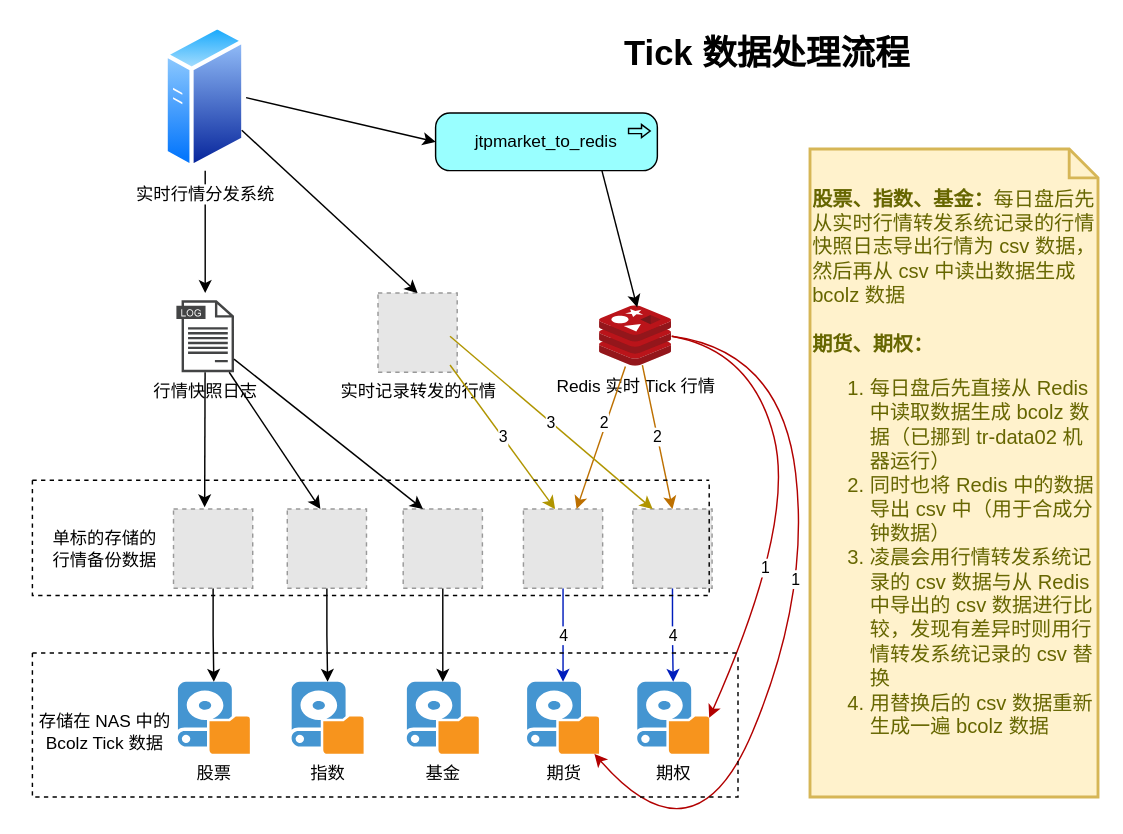
Earlier version of the draw.io diagram Tick行情数据处理流程.drawio (kuanghy/app-diagrams-repo). Source tidied: cells renumbered, new cells numbered last; positions are measured from the earlier drawing's top-left corner, leaving out a move shared by most shapes. Both pictures are drawn from the tidied source at 144%, with x=0, y=0 at pixel (24, 24). Pictures stored in the file or linked from it are replaced by grey dashed boxes.
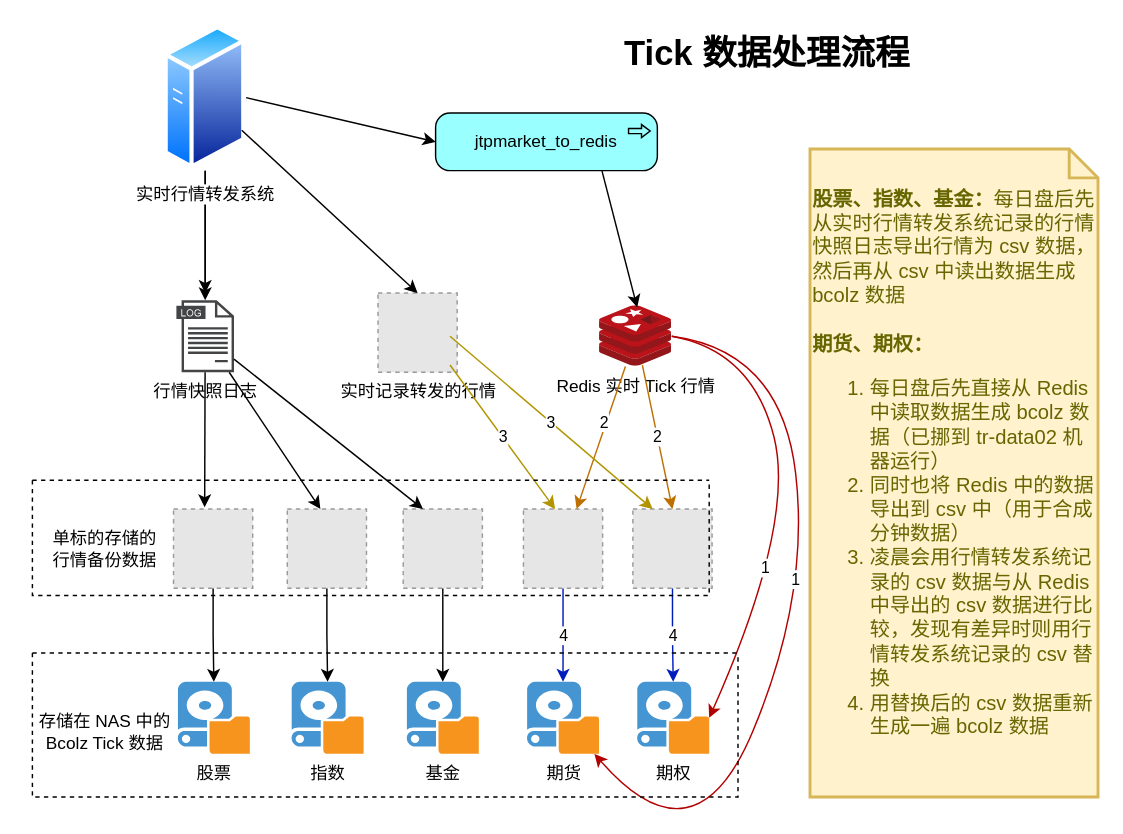
Above is the later version.

Commit message (it also covers changes not shown here):
更新Tick行情数据处理流程.drawio

Unchanged cells that the change refers to:
```xml
<mxCell id="4" value="行情快照日志" style="shadow=0;dashed=0;html=1;strokeColor=none;fillColor=#434445;labelPosition=center;verticalLabelPosition=bottom;verticalAlign=top;align=center;outlineConnect=0;shape=mxgraph.vvd.log_files;" parent="1" vertex="1">
  <mxGeometry x="105" y="191" width="40" height="50" as="geometry" />
</mxCell>
```

What changed in the source:
```diff
@@
+    <mxCell id="46" style="edgeStyle=orthogonalEdgeStyle;rounded=0;jettySize=auto;html=1;" parent="1" edge="1" source="3" target="4">
+      <mxGeometry relative="1" as="geometry" />
+    </mxCell>
-    <mxCell id="3" value="实时行情分发系统" style="perimeter=ellipsePerimeter;html=1;align=center;shadow=0;dashed=0;spacingTop=3;image;image=img/lib/active_directory/generic_server.svg;" parent="1" vertex="1">
+    <mxCell id="3" value="实时行情转发系统" style="perimeter=ellipsePerimeter;html=1;align=center;shadow=0;dashed=0;spacingTop=3;image;image=img/lib/active_directory/generic_server.svg;" parent="1" vertex="1">
       <mxGeometry x="96.6" y="-0.4" width="56.8" height="101.4" as="geometry" />
     </mxCell>
@@
-    <mxCell id="40" value="&lt;b&gt;股票、指数、基金：&lt;/b&gt;每日盘后先从实时行情转发系统记录的行情快照日志导出行情为 csv 数据，然后再从 csv 中读出数据生成 bcolz 数据&lt;br&gt;&lt;br&gt;&lt;b&gt;期货、期权：&lt;/b&gt;&lt;br&gt;&lt;ol&gt;&lt;li&gt;每日盘后先直接从 Redis 中读取数据生成 bcolz 数据（已挪到 tr-data02 机器运行）&lt;/li&gt;&lt;li&gt;同时也将 Redis 中的数据导出 csv 中（用于合成分钟数据）&lt;/li&gt;&lt;li&gt;凌晨会用行情转发系统记录的 csv 数据与从 Redis 中导出的 csv 数据进行比较，发现有差异时则用行情转发系统记录的 csv 替换&lt;/li&gt;&lt;li&gt;用替换后的 csv 数据重新生成一遍 bcolz 数据&lt;/li&gt;&lt;/ol&gt;" style="shape=note;strokeWidth=2;fontSize=14;size=20;whiteSpace=wrap;html=1;fillColor=#fff2cc;strokeColor=#d6b656;fontColor=#666600;align=left;" parent="1" vertex="1">
+    <mxCell id="40" value="&lt;b&gt;股票、指数、基金：&lt;/b&gt;每日盘后先从实时行情转发系统记录的行情快照日志导出行情为 csv 数据，然后再从 csv 中读出数据生成 bcolz 数据&lt;br&gt;&lt;br&gt;&lt;b&gt;期货、期权：&lt;/b&gt;&lt;br&gt;&lt;ol&gt;&lt;li&gt;每日盘后先直接从 Redis 中读取数据生成 bcolz 数据（已挪到 tr-data02 机器运行）&lt;/li&gt;&lt;li&gt;同时也将 Redis 中的数据导出到 csv 中（用于合成分钟数据）&lt;/li&gt;&lt;li&gt;凌晨会用行情转发系统记录的 csv 数据与从 Redis 中导出的 csv 数据进行比较，发现有差异时则用行情转发系统记录的 csv 替换&lt;/li&gt;&lt;li&gt;用替换后的 csv 数据重新生成一遍 bcolz 数据&lt;/li&gt;&lt;/ol&gt;" style="shape=note;strokeWidth=2;fontSize=14;size=20;whiteSpace=wrap;html=1;fillColor=#fff2cc;strokeColor=#d6b656;fontColor=#666600;align=left;" parent="1" vertex="1">
       <mxGeometry x="545" y="86" width="200" height="450" as="geometry" />
     </mxCell>
```
